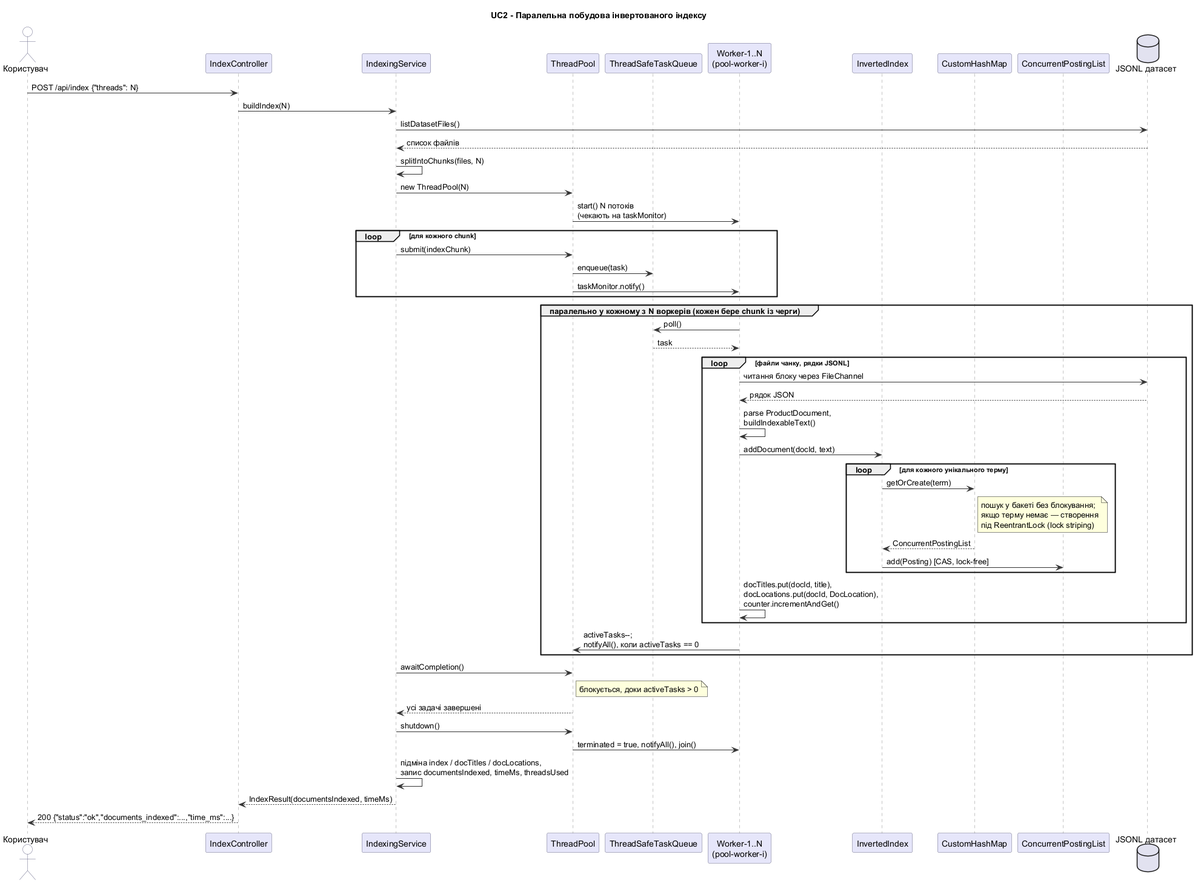
The PlantUML diagram docs/uml/04_seq_uc2_index.png in KovalSS/distributed-search-pipeline, before a commit.
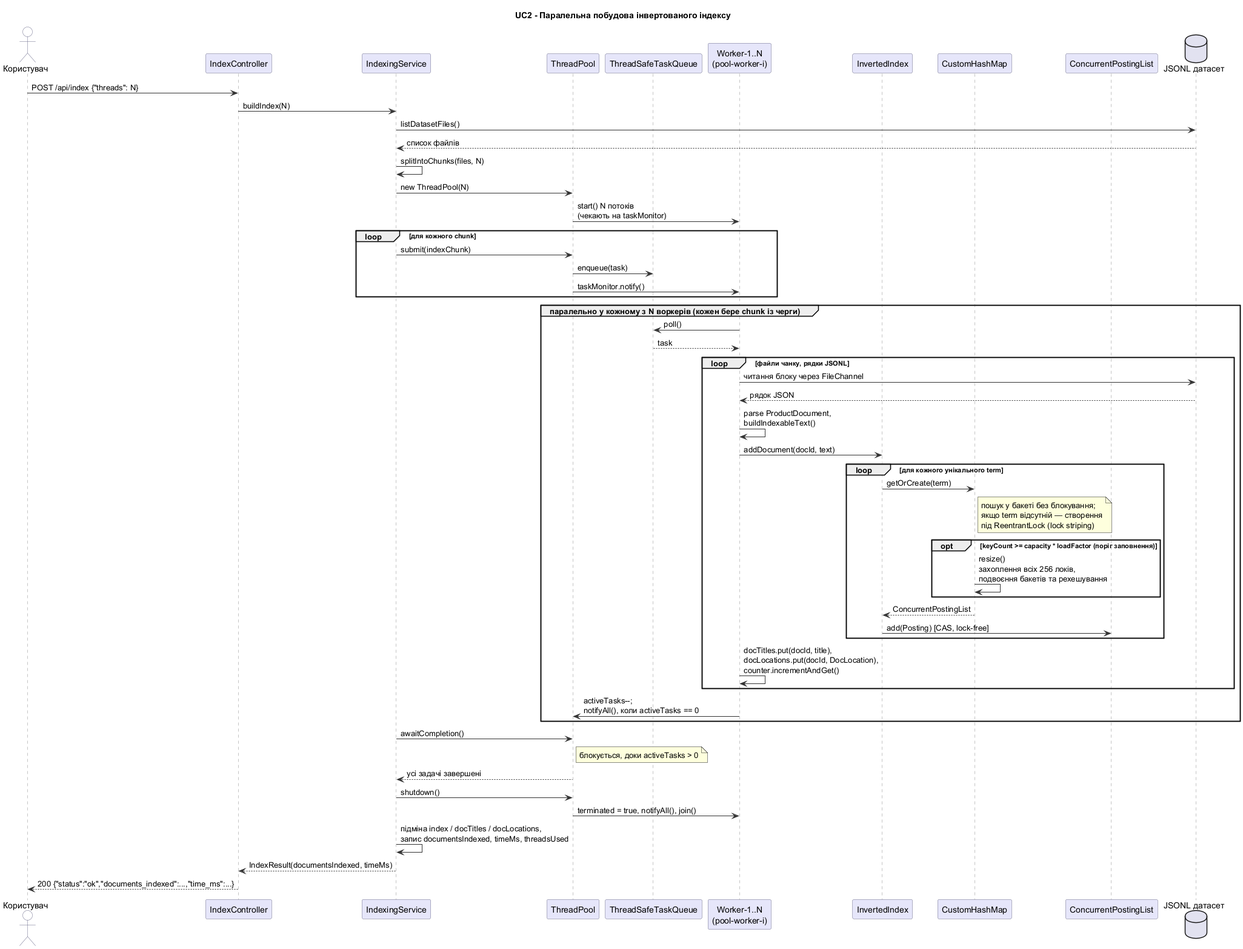
Above is the later version.

Commit message:
docs: use 'term' notation and reflect CustomHashMap resize in sequence diagrams

Diff of the diagram source:
```diff
@@ -44,9 +44,12 @@
         Dataset --> Worker: рядок JSON
         Worker -> Worker: parse ProductDocument,\nbuildIndexableText()
         Worker -> InvertedIndex: addDocument(docId, text)
-        loop для кожного унікального терму
+        loop для кожного унікального term
             InvertedIndex -> CustomHashMap: getOrCreate(term)
-            note right of CustomHashMap: пошук у бакеті без блокування;\nякщо терму немає — створення\nпід ReentrantLock (lock striping)
+            note right of CustomHashMap: пошук у бакеті без блокування;\nякщо term відсутній — створення\nпід ReentrantLock (lock striping)
+            opt keyCount >= capacity * loadFactor (поріг заповнення)
+                CustomHashMap -> CustomHashMap: resize()\nзахоплення всіх 256 локів,\nподвоєння бакетів та рехешування
+            end
             CustomHashMap --> InvertedIndex: ConcurrentPostingList
             InvertedIndex -> ConcurrentPostingList: add(Posting) [CAS, lock-free]
         end
```
